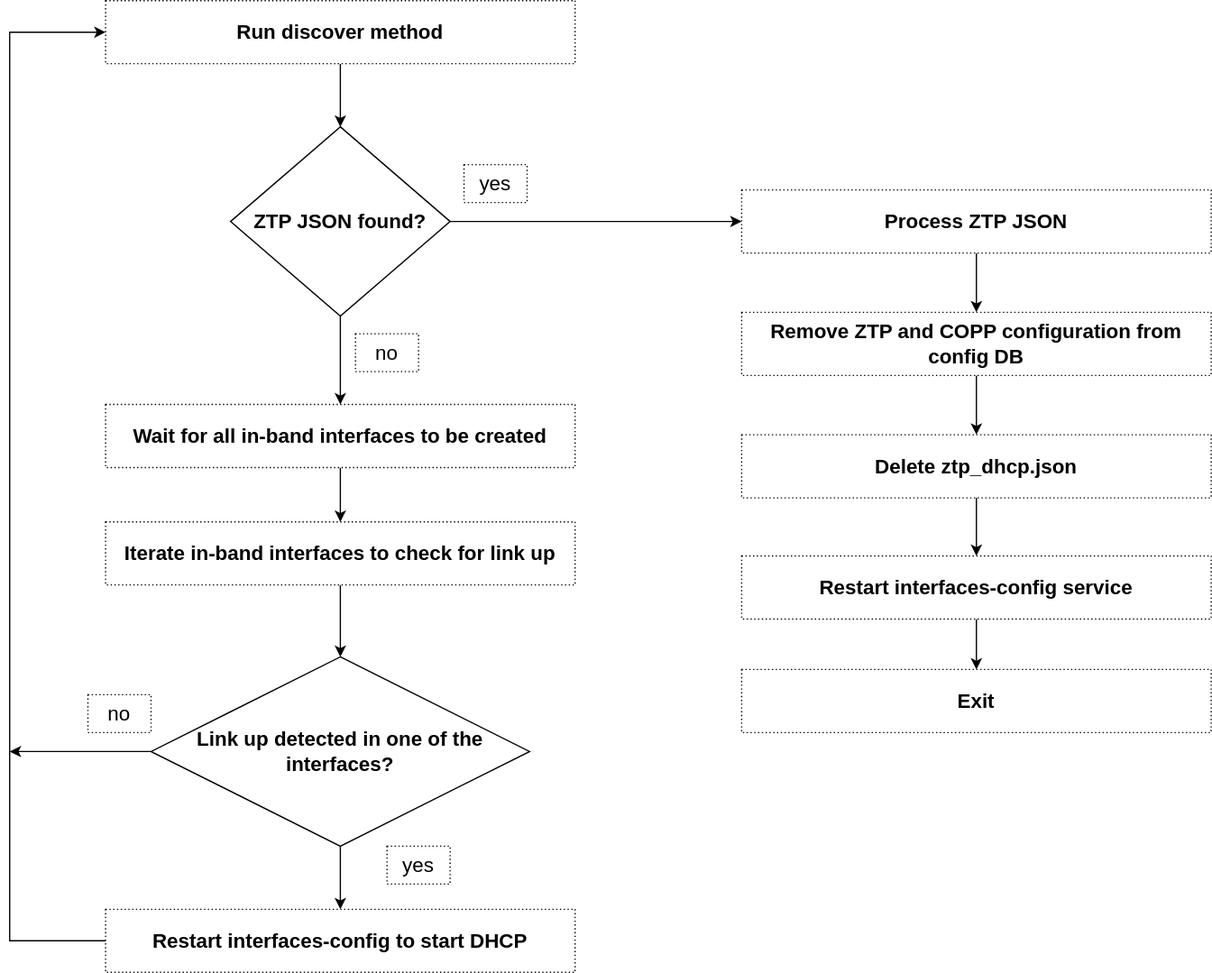
Before: doc/ztp/images/ztp-engine.svg, a diagram exported from draw.io (liorghub/SONiC). Source tidied: cells renumbered, new cells last; positions are measured from the earlier drawing's top-left corner, leaving out a move shared by most shapes.
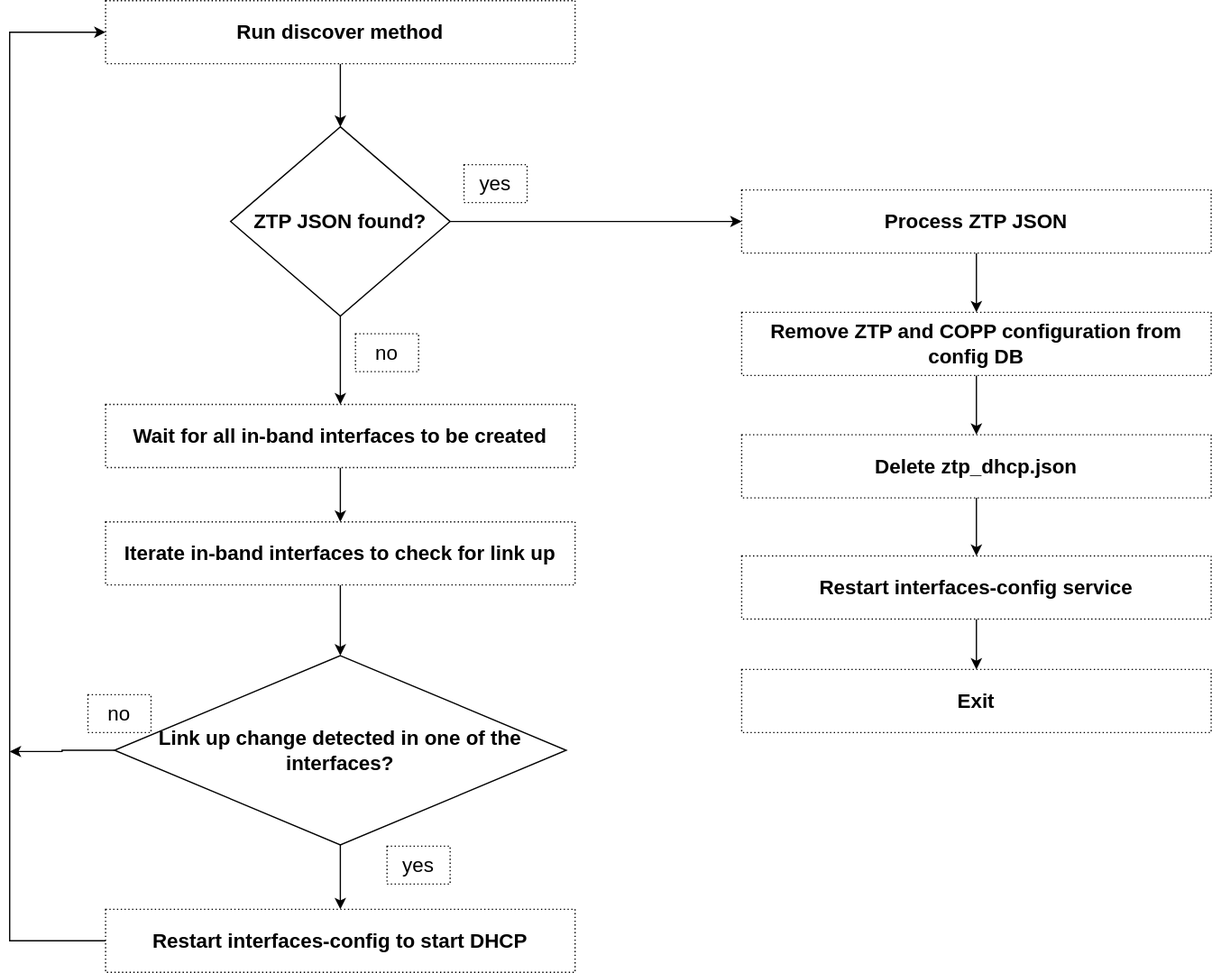
Later version of the same file.

Commit message:
Update 15 in-band ZTP HLD

Change to the diagram source:
```diff
@@ -75,8 +75,8 @@
         <mxPoint y="595" as="targetPoint" />
       </mxGeometry>
     </mxCell>
-    <mxCell id="24" value="&lt;span style=&quot;font-size: 16px&quot;&gt;&lt;b&gt;Link up detected in one of the interfaces?&lt;/b&gt;&lt;/span&gt;" style="rhombus;whiteSpace=wrap;html=1;" parent="1" vertex="1">
-      <mxGeometry x="112" y="520" width="300" height="150" as="geometry" />
+    <mxCell id="24" value="&lt;span style=&quot;font-size: 16px&quot;&gt;&lt;b&gt;Link up change detected in one of the interfaces?&lt;/b&gt;&lt;/span&gt;" style="rhombus;whiteSpace=wrap;html=1;" parent="1" vertex="1">
+      <mxGeometry x="83" y="519" width="358" height="150" as="geometry" />
     </mxCell>
     <mxCell id="25" value="no" style="whiteSpace=wrap;html=1;fontSize=16;dashed=1;dashPattern=1 2;" parent="1" vertex="1">
       <mxGeometry x="62" y="550" width="50" height="30" as="geometry" />
```
